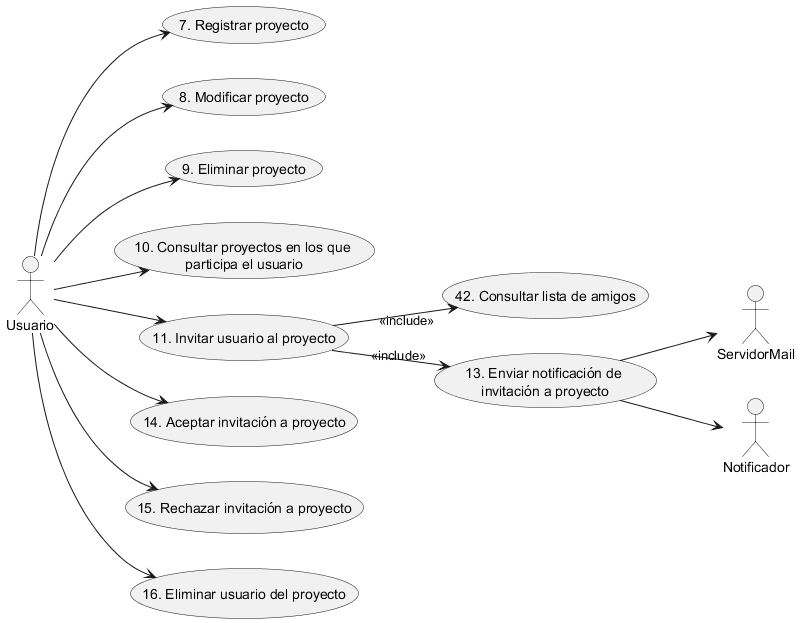
The PlantUML diagram Modelado/DiagramasCU/CU_Gestion_Proyectos.png in AlexMassietti/Task_Flow, before a commit. The source it was exported from:
```plantuml
@startuml CU_Gestion_Proyectos
left to right direction
actor :Usuario: as U
actor :ServidorMail: as ES
actor :Notificador: as N

U --> (7. Registrar proyecto)
U --> (8. Modificar proyecto)
U --> (9. Eliminar proyecto)
U --> (10. Consultar proyectos en los que \nparticipa el usuario)
U --> (11. Invitar usuario al proyecto)
(11. Invitar usuario al proyecto) --> "<<include>>" (42. Consultar lista de amigos)
(11. Invitar usuario al proyecto) --> "<<include>>" (13. Enviar notificación de \ninvitación a proyecto)
(13. Enviar notificación de \ninvitación a proyecto) --> N
(13. Enviar notificación de \ninvitación a proyecto) --> ES
U --> (14. Aceptar invitación a proyecto)
U --> (15. Rechazar invitación a proyecto)
U --> (16. Eliminar usuario del proyecto)
@enduml
```
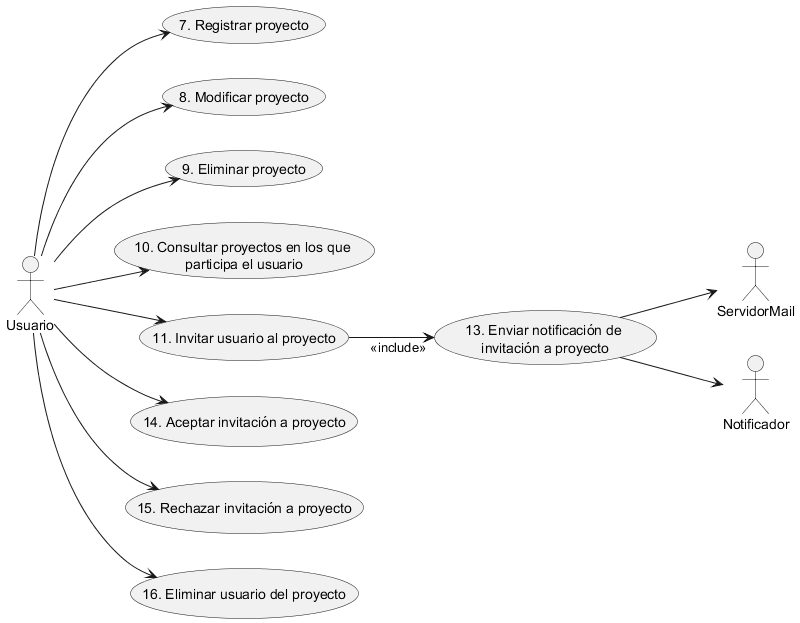
After the commit.

Commit message:
chore(diagramas): quito el consultar amigos en el cu 11

The edit, as a diff of the source:
```diff
@@ -9,7 +9,6 @@
 U --> (9. Eliminar proyecto)
 U --> (10. Consultar proyectos en los que \nparticipa el usuario)
 U --> (11. Invitar usuario al proyecto)
-(11. Invitar usuario al proyecto) --> "<<include>>" (42. Consultar lista de amigos)
 (11. Invitar usuario al proyecto) --> "<<include>>" (13. Enviar notificación de \ninvitación a proyecto)
 (13. Enviar notificación de \ninvitación a proyecto) --> N
 (13. Enviar notificación de \ninvitación a proyecto) --> ES
```
